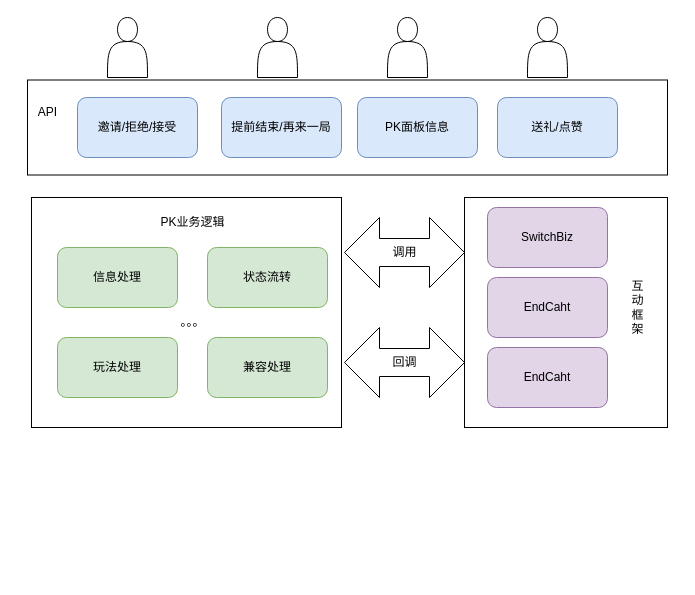
Earlier version of the draw.io diagram 架构图.drawio (fengyn1218/draw-pic). Source tidied: cells renumbered, new cells numbered last; positions are measured from the earlier drawing's top-left corner, leaving out a move shared by most shapes. Both pictures are drawn from the tidied source at 100%, with x=0, y=0 at pixel (27, 17).
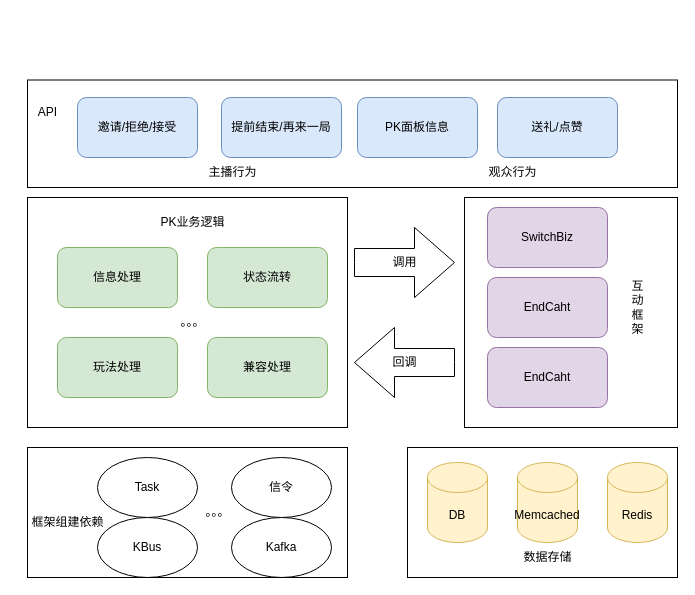
The same diagram, later.

Commit message (it also covers changes not shown here):
更新架构图.drawio

Diff of the diagram source:
```diff
@@
-    <mxCell id="3" style="shape=actor;whiteSpace=wrap;html=1;" parent="1" vertex="1">
-      <mxGeometry x="360" width="40" height="60" as="geometry" />
-    </mxCell>
-    <mxCell id="4" style="shape=actor;whiteSpace=wrap;html=1;" parent="1" vertex="1">
-      <mxGeometry x="230" width="40" height="60" as="geometry" />
-    </mxCell>
-    <mxCell id="5" style="shape=actor;whiteSpace=wrap;html=1;" parent="1" vertex="1">
-      <mxGeometry x="80" width="40" height="60" as="geometry" />
-    </mxCell>
@@
-    <mxCell id="9" style="shape=actor;whiteSpace=wrap;html=1;" parent="1" vertex="1">
-      <mxGeometry x="500" width="40" height="60" as="geometry" />
-    </mxCell>
     <mxCell id="10" style="rounded=0;whiteSpace=wrap;html=1;fillColor=none;" parent="1" vertex="1">
-      <mxGeometry y="62.5" width="640" height="95" as="geometry" />
+      <mxGeometry y="62.5" width="650" height="107.5" as="geometry" />
     </mxCell>
@@
     <mxCell id="16" style="rounded=0;whiteSpace=wrap;html=1;fillColor=none;" parent="1" vertex="1">
-      <mxGeometry x="4" y="180" width="310" height="230" as="geometry" />
+      <mxGeometry y="180" width="320" height="230" as="geometry" />
     </mxCell>
@@
     <mxCell id="22" style="rounded=0;whiteSpace=wrap;html=1;fillColor=none;" parent="1" vertex="1">
-      <mxGeometry x="437" y="180" width="203" height="230" as="geometry" />
+      <mxGeometry x="437" y="180" width="213" height="230" as="geometry" />
     </mxCell>
@@
-    <mxCell id="24" value="调用" style="html=1;shadow=0;dashed=0;align=center;verticalAlign=middle;shape=mxgraph.arrows2.twoWayArrow;dy=0.6;dx=35;" parent="1" vertex="1">
-      <mxGeometry x="317" y="200" width="120" height="70" as="geometry" />
+    <mxCell id="24" value="调用" style="html=1;shadow=0;dashed=0;align=center;verticalAlign=middle;shape=mxgraph.arrows2.arrow;dy=0.6;dx=40;notch=0;" parent="1" vertex="1">
+      <mxGeometry x="327" y="210" width="100" height="70" as="geometry" />
     </mxCell>
-    <mxCell id="25" value="回调" style="html=1;shadow=0;dashed=0;align=center;verticalAlign=middle;shape=mxgraph.arrows2.twoWayArrow;dy=0.6;dx=35;" parent="1" vertex="1">
-      <mxGeometry x="317" y="310" width="120" height="70" as="geometry" />
+    <mxCell id="25" value="回调" style="html=1;shadow=0;dashed=0;align=center;verticalAlign=middle;shape=mxgraph.arrows2.arrow;dy=0.6;dx=40;flipH=1;notch=0;" parent="1" vertex="1">
+      <mxGeometry x="327" y="310" width="100" height="70" as="geometry" />
     </mxCell>
+    <mxCell id="26" value="DB" style="shape=cylinder3;whiteSpace=wrap;html=1;boundedLbl=1;backgroundOutline=1;size=15;fillColor=#fff2cc;strokeColor=#d6b656;" parent="1" vertex="1">
+      <mxGeometry x="400" y="445" width="60" height="80" as="geometry" />
+    </mxCell>
+    <mxCell id="27" value="Redis" style="shape=cylinder3;whiteSpace=wrap;html=1;boundedLbl=1;backgroundOutline=1;size=15;fillColor=#fff2cc;strokeColor=#d6b656;" parent="1" vertex="1">
+      <mxGeometry x="580" y="445" width="60" height="80" as="geometry" />
+    </mxCell>
+    <mxCell id="28" value="Memcached" style="shape=cylinder3;whiteSpace=wrap;html=1;boundedLbl=1;backgroundOutline=1;size=15;fillColor=#fff2cc;strokeColor=#d6b656;" parent="1" vertex="1">
+      <mxGeometry x="490" y="445" width="60" height="80" as="geometry" />
+    </mxCell>
+    <mxCell id="29" value="Task" style="ellipse;whiteSpace=wrap;html=1;" parent="1" vertex="1">
+      <mxGeometry x="70" y="440" width="100" height="60" as="geometry" />
+    </mxCell>
+    <mxCell id="30" value="信令" style="ellipse;whiteSpace=wrap;html=1;" parent="1" vertex="1">
+      <mxGeometry x="204" y="440" width="100" height="60" as="geometry" />
+    </mxCell>
+    <mxCell id="31" style="rounded=0;whiteSpace=wrap;html=1;fillColor=none;" parent="1" vertex="1">
+      <mxGeometry x="380" y="430" width="270" height="130" as="geometry" />
+    </mxCell>
+    <mxCell id="32" value="数据存储" style="text;html=1;align=center;verticalAlign=middle;strokeColor=none;fillColor=none;" parent="1" vertex="1">
+      <mxGeometry x="485" y="525" width="70" height="30" as="geometry" />
+    </mxCell>
+    <mxCell id="33" value="KBus" style="ellipse;whiteSpace=wrap;html=1;" parent="1" vertex="1">
+      <mxGeometry x="70" y="500" width="100" height="60" as="geometry" />
+    </mxCell>
+    <mxCell id="34" value="Kafka" style="ellipse;whiteSpace=wrap;html=1;" parent="1" vertex="1">
+      <mxGeometry x="204" y="500" width="100" height="60" as="geometry" />
+    </mxCell>
+    <mxCell id="35" style="rounded=0;whiteSpace=wrap;html=1;fillColor=none;" parent="1" vertex="1">
+      <mxGeometry y="430" width="320" height="130" as="geometry" />
+    </mxCell>
+    <mxCell id="36" value="框架组建依赖" style="text;html=1;align=center;verticalAlign=middle;strokeColor=none;fillColor=none;" parent="1" vertex="1">
+      <mxGeometry x="-10" y="490" width="100" height="30" as="geometry" />
+    </mxCell>
+    <mxCell id="37" value="主播行为" style="text;html=1;align=center;verticalAlign=middle;strokeColor=none;fillColor=none;" parent="1" vertex="1">
+      <mxGeometry x="170" y="140" width="70" height="30" as="geometry" />
+    </mxCell>
+    <mxCell id="38" value="观众行为" style="text;html=1;align=center;verticalAlign=middle;strokeColor=none;fillColor=none;" parent="1" vertex="1">
+      <mxGeometry x="450" y="140" width="70" height="30" as="geometry" />
+    </mxCell>
+    <mxCell id="39" value="。。。" style="text;html=1;align=center;verticalAlign=middle;strokeColor=none;fillColor=none;" parent="1" vertex="1">
+      <mxGeometry x="160" y="480" width="60" height="30" as="geometry" />
+    </mxCell>
```
